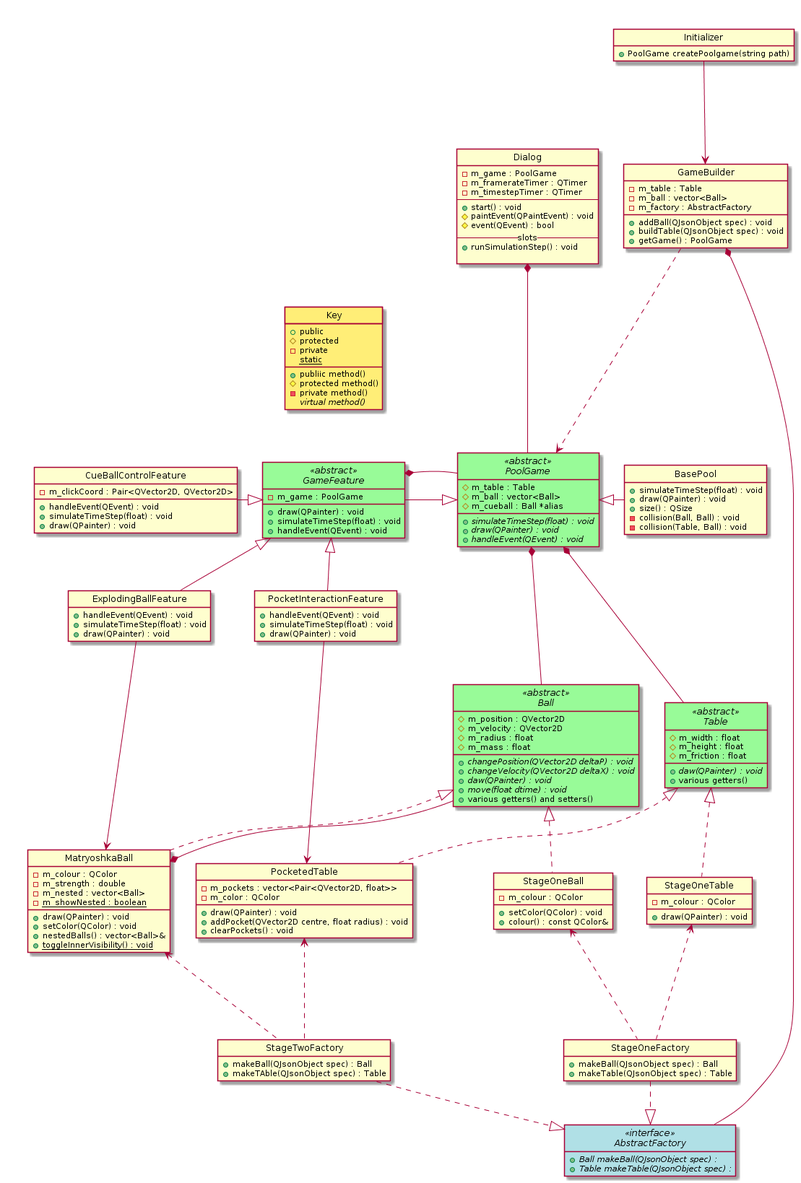
Earlier version of the PlantUML export newclass.png (KittenHero/QtPoolGame).
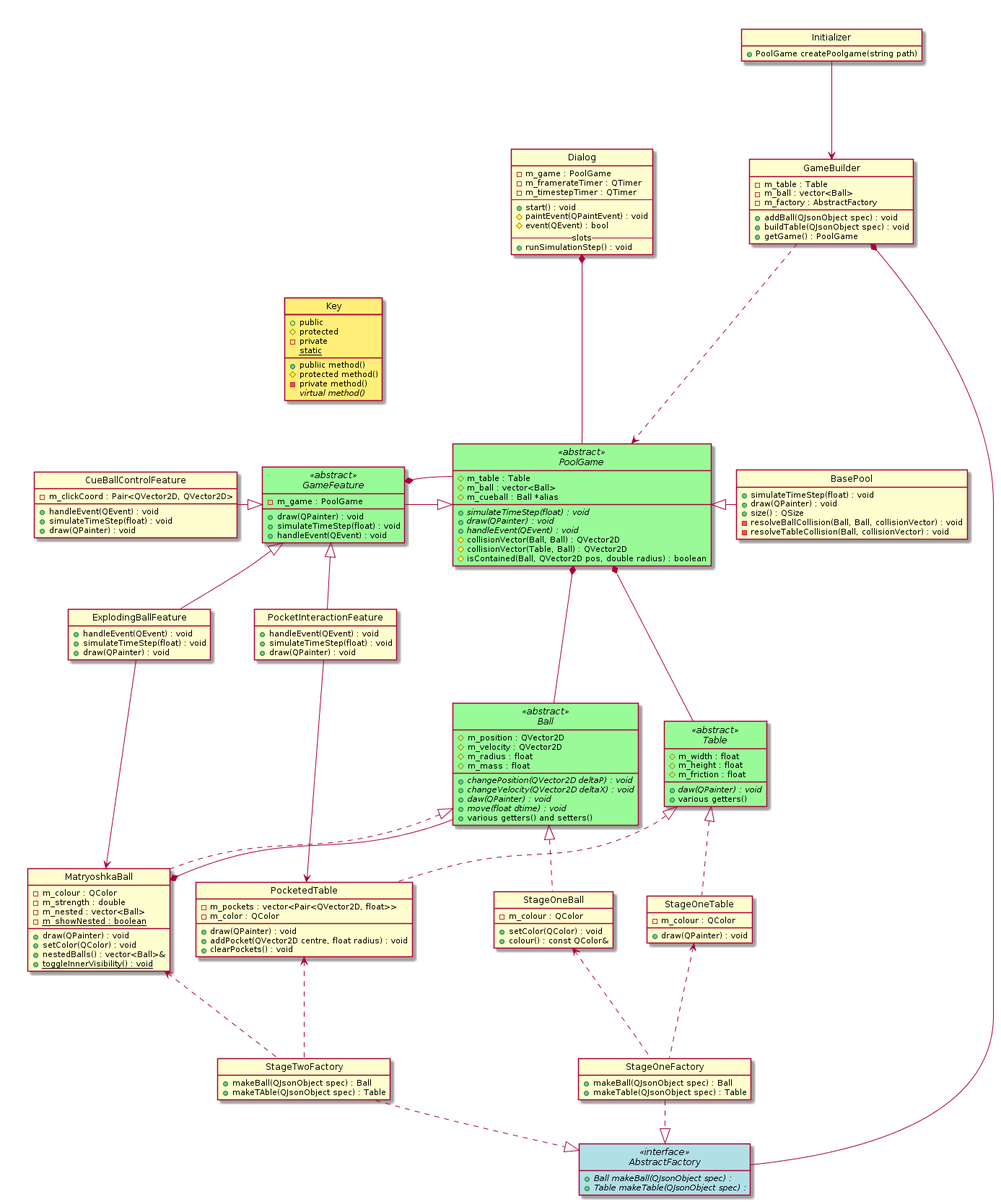
The same file after the commit.

Diff of the diagram source:
```diff
@@ -10,7 +10,6 @@
         #event(QEvent) : bool
         --slots--
         +runSimulationStep() : void
-
     }
 
     abstract PoolGame <<abstract>> {
@@ -20,6 +19,9 @@
         +{abstract} simulateTimeStep(float) : void
         +{abstract} draw(QPainter) : void
         +{abstract} handleEvent(QEvent) : void
+        #collisionVector(Ball, Ball) : QVector2D
+        #collisionVector(Table, Ball) : QVector2D
+        #isContained(Ball, QVector2D pos, double radius) : boolean
     }
 
     abstract class Ball <<abstract>> {
@@ -48,8 +50,8 @@
         +simulateTimeStep(float) : void
         +draw(QPainter) : void
         +size() : QSize
-        -collision(Ball, Ball) : void
-        -collision(Table, Ball) : void
+        -resolveBallCollision(Ball, Ball, collisionVector) : void
+        -resolveTableCollision(Ball, collisionVector) : void
     }
 
     class StageOneBall {
```
